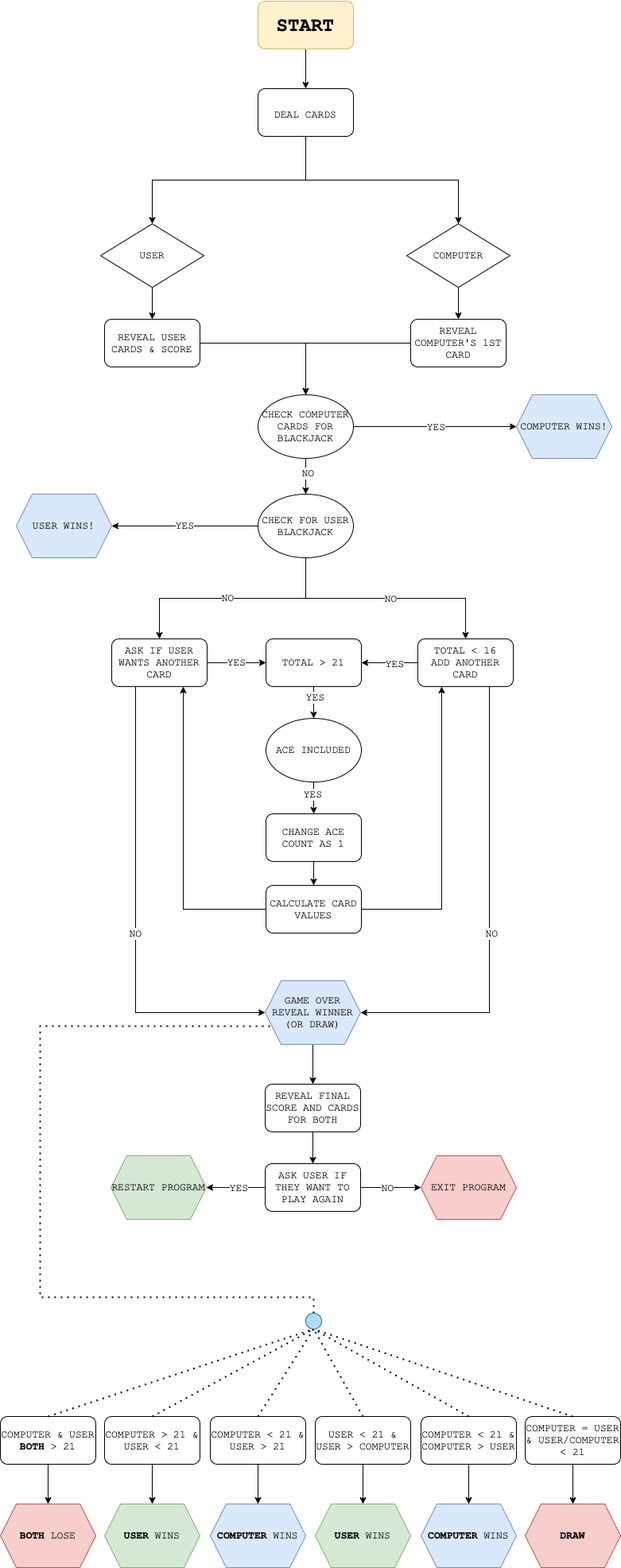
Above: Blackjack.drawio.png in antoniaandreou/100_days_of_python (draw.io), before the change. Source tidied: cells renumbered, new cells last; positions are measured from the earlier drawing's top-left corner, leaving out a move shared by most shapes.
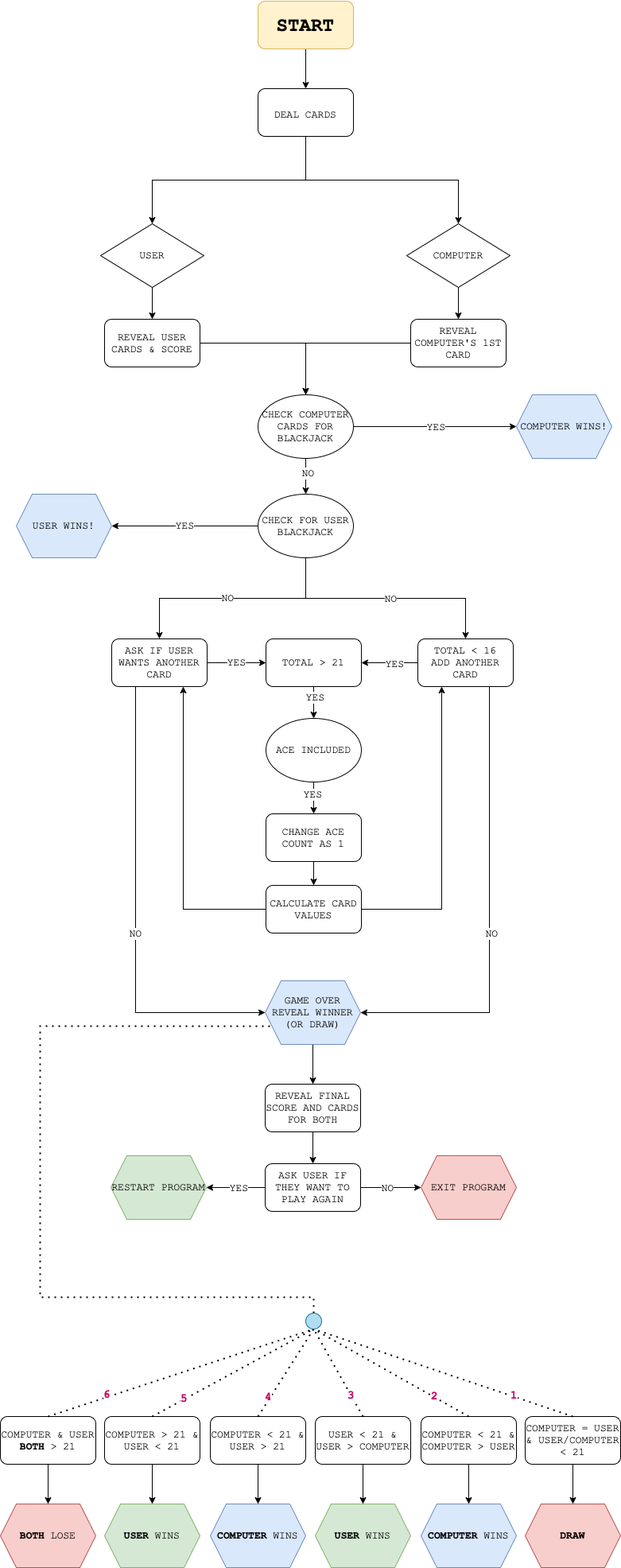
Above is the later version.

Change to the diagram source:
```diff
@@ -236,21 +236,46 @@
     <mxCell id="75" style="endArrow=none;dashed=1;html=1;dashPattern=1 3;strokeWidth=2;rounded=0;fontFamily=Courier New;fontSize=13;entryX=0.5;entryY=1;entryDx=0;entryDy=0;exitX=0.5;exitY=0;exitDx=0;exitDy=0;" parent="1" edge="1" source="61" target="76">
       <mxGeometry relative="1" as="geometry" />
     </mxCell>
+    <mxCell id="85" value="&lt;b&gt;6&lt;/b&gt;" style="edgeLabel;html=1;align=center;verticalAlign=middle;fontSize=14;fontFamily=Courier New;fontColor=#CC0066;" parent="75" vertex="1">
+      <mxGeometry x="-0.05" y="4" relative="1" as="geometry">
+        <mxPoint x="-85" y="28" as="offset" />
+      </mxGeometry>
+    </mxCell>
     <mxCell id="76" style="ellipse;whiteSpace=wrap;html=1;fontFamily=Courier New;fontSize=13;fillColor=#b1ddf0;strokeColor=#10739e;" parent="1" vertex="1">
       <mxGeometry x="384" y="1650" width="20" height="20" as="geometry" />
     </mxCell>
     <mxCell id="77" style="endArrow=none;dashed=1;html=1;dashPattern=1 3;strokeWidth=2;rounded=0;fontFamily=Courier New;fontSize=13;entryX=0.5;entryY=1;entryDx=0;entryDy=0;exitX=0.5;exitY=0;exitDx=0;exitDy=0;" parent="1" edge="1" source="64" target="76">
       <mxGeometry relative="1" as="geometry" />
     </mxCell>
+    <mxCell id="86" value="&lt;b&gt;5&lt;/b&gt;" style="edgeLabel;html=1;align=center;verticalAlign=middle;fontSize=14;fontFamily=Courier New;fontColor=#CC0066;" parent="77" vertex="1">
+      <mxGeometry x="-0.09" relative="1" as="geometry">
+        <mxPoint x="-54" y="27" as="offset" />
+      </mxGeometry>
+    </mxCell>
     <mxCell id="78" style="endArrow=none;dashed=1;html=1;dashPattern=1 3;strokeWidth=2;rounded=0;fontFamily=Courier New;fontSize=13;entryX=0.5;entryY=1;entryDx=0;entryDy=0;exitX=0.5;exitY=0;exitDx=0;exitDy=0;" parent="1" edge="1" source="67" target="76">
       <mxGeometry relative="1" as="geometry" />
     </mxCell>
+    <mxCell id="87" value="&lt;b&gt;4&lt;/b&gt;" style="edgeLabel;html=1;align=center;verticalAlign=middle;fontSize=14;fontFamily=Courier New;fontColor=#CC0066;" parent="78" vertex="1">
+      <mxGeometry x="-0.1" y="1" relative="1" as="geometry">
+        <mxPoint x="-18" y="25" as="offset" />
+      </mxGeometry>
+    </mxCell>
     <mxCell id="79" style="endArrow=none;dashed=1;html=1;dashPattern=1 3;strokeWidth=2;rounded=0;fontFamily=Courier New;fontSize=13;entryX=0.5;entryY=1;entryDx=0;entryDy=0;exitX=0.5;exitY=0;exitDx=0;exitDy=0;" parent="1" edge="1" source="70" target="76">
       <mxGeometry relative="1" as="geometry" />
     </mxCell>
+    <mxCell id="88" value="&lt;b&gt;3&lt;/b&gt;" style="edgeLabel;html=1;align=center;verticalAlign=middle;fontSize=14;fontFamily=Courier New;fontColor=#CC0066;" parent="79" vertex="1">
+      <mxGeometry x="-0.17" y="-1" relative="1" as="geometry">
+        <mxPoint x="9" y="18" as="offset" />
+      </mxGeometry>
+    </mxCell>
     <mxCell id="80" style="endArrow=none;dashed=1;html=1;dashPattern=1 3;strokeWidth=2;rounded=0;fontFamily=Courier New;fontSize=13;entryX=0.5;entryY=1;entryDx=0;entryDy=0;exitX=0.5;exitY=0;exitDx=0;exitDy=0;" parent="1" edge="1" source="73" target="76">
       <mxGeometry relative="1" as="geometry" />
     </mxCell>
+    <mxCell id="89" value="&lt;b&gt;&lt;font color=&quot;#cc0066&quot;&gt;2&lt;/font&gt;&lt;/b&gt;" style="edgeLabel;html=1;align=center;verticalAlign=middle;fontSize=14;fontFamily=Courier New;" parent="80" vertex="1">
+      <mxGeometry x="-0.2" y="-2" relative="1" as="geometry">
+        <mxPoint x="34" y="19" as="offset" />
+      </mxGeometry>
+    </mxCell>
     <mxCell id="81" style="edgeStyle=orthogonalEdgeStyle;rounded=0;jettySize=auto;html=1;exitX=0.5;exitY=1;exitDx=0;exitDy=0;entryX=0.5;entryY=0;entryDx=0;entryDy=0;fontFamily=Courier New;fontSize=13;strokeColor=#000000;strokeWidth=1;" parent="1" edge="1" source="82" target="83">
       <mxGeometry relative="1" as="geometry" />
     </mxCell>
@@ -263,5 +288,10 @@
     <mxCell id="84" style="endArrow=none;dashed=1;html=1;dashPattern=1 3;strokeWidth=2;rounded=0;fontFamily=Courier New;fontSize=13;entryX=0.5;entryY=1;entryDx=0;entryDy=0;exitX=0.5;exitY=0;exitDx=0;exitDy=0;" parent="1" edge="1" source="82" target="76">
       <mxGeometry relative="1" as="geometry" />
     </mxCell>
+    <mxCell id="90" value="&lt;b&gt;&lt;font style=&quot;font-size: 14px&quot;&gt;1&lt;/font&gt;&lt;/b&gt;" style="edgeLabel;html=1;align=center;verticalAlign=middle;fontSize=13;fontFamily=Courier New;fontColor=#CC0066;" parent="84" vertex="1">
+      <mxGeometry x="-0.07" y="1" relative="1" as="geometry">
+        <mxPoint x="77" y="23" as="offset" />
+      </mxGeometry>
+    </mxCell>
   </root>
 </mxGraphModel>
```
